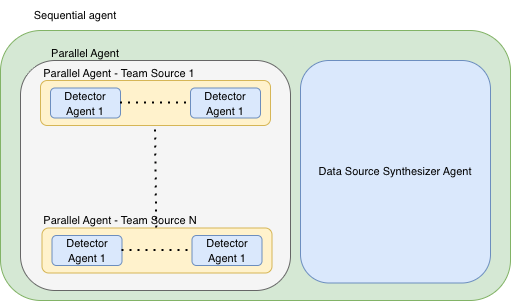
aguirrejuan/agentco keeps this draw.io diagram as assets/agents-sys.png. Above is the earlier version. Source tidied: cells renumbered, new cells last; positions are measured from the earlier drawing's top-left corner, leaving out a move shared by most shapes.
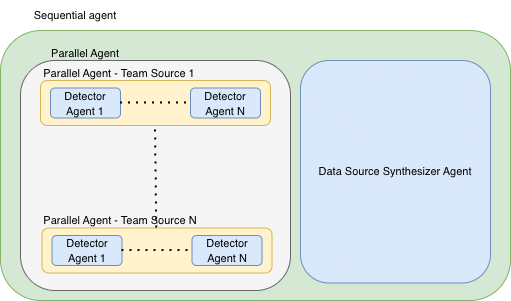
Later version of the same file.

Commit message:
feat: update system agents image in assets for improved visual representation

The edit, as a diff of the source:
```diff
@@ -31,7 +31,7 @@
     <mxCell id="10" value="&lt;font style=&quot;font-size: 11px;&quot;&gt;Parallel Agent - Team Source 1&lt;/font&gt;" style="text;html=1;whiteSpace=wrap;strokeColor=none;fillColor=none;align=center;verticalAlign=middle;rounded=0;" parent="6" vertex="1">
       <mxGeometry width="163.5" height="20" as="geometry" />
     </mxCell>
-    <mxCell id="11" value="&lt;font style=&quot;font-size: 11px;&quot;&gt;Detector Agent 1&lt;/font&gt;" style="rounded=1;whiteSpace=wrap;html=1;fillColor=#dae8fc;strokeColor=#6c8ebf;" parent="6" vertex="1">
+    <mxCell id="11" value="&lt;font style=&quot;font-size: 11px;&quot;&gt;Detector Agent N&lt;/font&gt;" style="rounded=1;whiteSpace=wrap;html=1;fillColor=#dae8fc;strokeColor=#6c8ebf;" parent="6" vertex="1">
       <mxGeometry x="153.5" y="25" width="70" height="30" as="geometry" />
     </mxCell>
     <mxCell id="12" style="group;" parent="1" vertex="1">
@@ -51,7 +51,7 @@
     <mxCell id="16" value="&lt;font style=&quot;font-size: 11px;&quot;&gt;Parallel Agent - Team Source N&lt;/font&gt;" style="text;html=1;whiteSpace=wrap;strokeColor=none;fillColor=none;align=center;verticalAlign=middle;rounded=0;" parent="12" vertex="1">
       <mxGeometry width="163.5" height="20" as="geometry" />
     </mxCell>
-    <mxCell id="17" value="&lt;font style=&quot;font-size: 11px;&quot;&gt;Detector Agent 1&lt;/font&gt;" style="rounded=1;whiteSpace=wrap;html=1;fillColor=#dae8fc;strokeColor=#6c8ebf;" parent="12" vertex="1">
+    <mxCell id="17" value="&lt;font style=&quot;font-size: 11px;&quot;&gt;Detector Agent N&lt;/font&gt;" style="rounded=1;whiteSpace=wrap;html=1;fillColor=#dae8fc;strokeColor=#6c8ebf;" parent="12" vertex="1">
       <mxGeometry x="153.5" y="25" width="70" height="30" as="geometry" />
     </mxCell>
     <mxCell id="18" style="endArrow=none;dashed=1;html=1;dashPattern=1 3;strokeWidth=2;rounded=0;entryX=0.5;entryY=1;entryDx=0;entryDy=0;" parent="1" edge="1" source="13" target="7">
```
